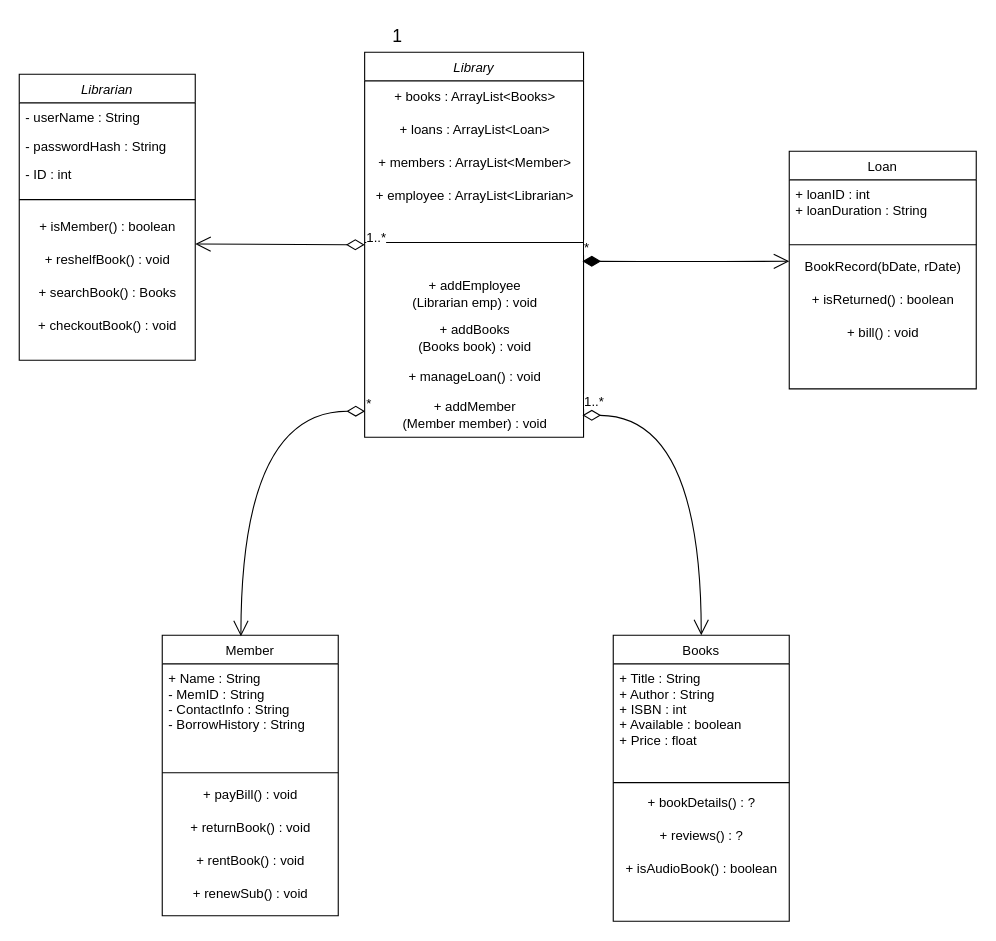
Above: Untitled Diagram.drawio in Twpendleton/ClassUMLDiagram (draw.io), before the change. Source tidied: cells renumbered, new cells numbered last; positions are measured from the earlier drawing's top-left corner, leaving out a move shared by most shapes. Both pictures are drawn from the tidied source at 110%, with x=0, y=0 at pixel (19, 19).
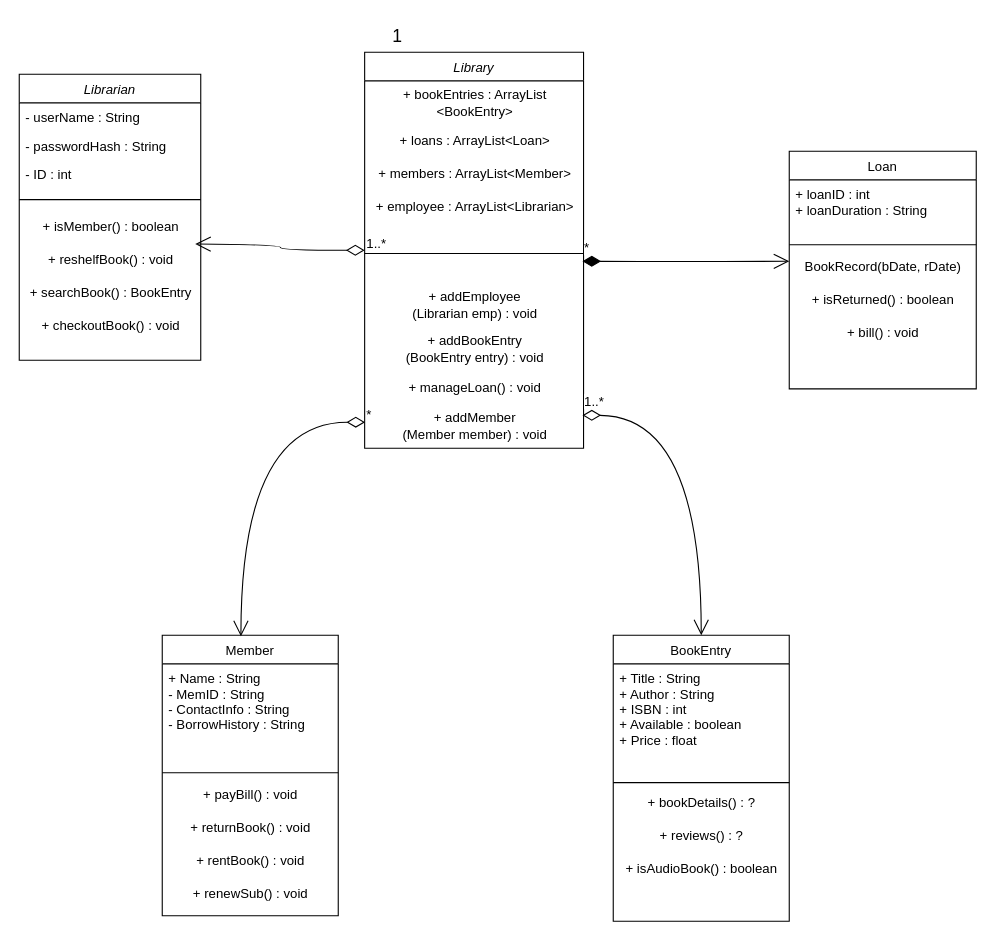
Above is the later version.

Commit message:
Rename Books class to BookEntry, along with related attributes

Change to the diagram source:
```diff
@@
     <mxCell id="2" value="Librarian" style="swimlane;fontStyle=2;align=center;verticalAlign=top;horizontal=1;startSize=26;rounded=0;shadow=0;strokeWidth=1;" parent="1" vertex="1">
-      <mxGeometry y="50" width="160" height="260" as="geometry" />
+      <mxGeometry y="50" width="165" height="260" as="geometry" />
     </mxCell>
     <mxCell id="3" value="- userName : String" style="text;align=left;verticalAlign=top;spacingLeft=4;spacingRight=4;overflow=hidden;" parent="2" vertex="1">
-      <mxGeometry y="26" width="160" height="26" as="geometry" />
+      <mxGeometry y="26" width="165" height="26" as="geometry" />
     </mxCell>
     <mxCell id="4" value="- passwordHash : String" style="text;align=left;verticalAlign=top;spacingLeft=4;spacingRight=4;overflow=hidden;rounded=0;shadow=0;html=0;" parent="2" vertex="1">
-      <mxGeometry y="52" width="160" height="26" as="geometry" />
+      <mxGeometry y="52" width="165" height="26" as="geometry" />
     </mxCell>
     <mxCell id="5" value="- ID : int" style="text;align=left;verticalAlign=top;spacingLeft=4;spacingRight=4;overflow=hidden;rounded=0;shadow=0;html=0;" parent="2" vertex="1">
-      <mxGeometry y="78" width="160" height="26" as="geometry" />
+      <mxGeometry y="78" width="165" height="26" as="geometry" />
     </mxCell>
     <mxCell id="6" style="line;html=1;strokeWidth=1;align=left;verticalAlign=middle;spacingTop=-1;spacingLeft=3;spacingRight=3;labelPosition=right;" parent="2" vertex="1">
-      <mxGeometry y="104" width="160" height="20" as="geometry" />
+      <mxGeometry y="104" width="165" height="20" as="geometry" />
     </mxCell>
     <mxCell id="7" value="+ isMember() : boolean" style="text;html=1;align=center;verticalAlign=middle;strokeColor=none;fillColor=none;" parent="2" vertex="1">
-      <mxGeometry y="124" width="160" height="30" as="geometry" />
+      <mxGeometry y="124" width="165" height="30" as="geometry" />
     </mxCell>
     <mxCell id="8" value="+ reshelfBook() : void" style="text;html=1;align=center;verticalAlign=middle;strokeColor=none;fillColor=none;" parent="2" vertex="1">
-      <mxGeometry y="154" width="160" height="30" as="geometry" />
+      <mxGeometry y="154" width="165" height="30" as="geometry" />
     </mxCell>
-    <mxCell id="9" value="+ searchBook() : Books" style="text;html=1;align=center;verticalAlign=middle;strokeColor=none;fillColor=none;" parent="2" vertex="1">
-      <mxGeometry y="184" width="160" height="30" as="geometry" />
+    <mxCell id="9" value="+ searchBook() : BookEntry" style="text;html=1;align=center;verticalAlign=middle;strokeColor=none;fillColor=none;" parent="2" vertex="1">
+      <mxGeometry y="184" width="165" height="30" as="geometry" />
     </mxCell>
     <mxCell id="10" value="+ checkoutBook() : void" style="text;html=1;align=center;verticalAlign=middle;strokeColor=none;fillColor=none;" parent="2" vertex="1">
-      <mxGeometry y="214" width="160" height="30" as="geometry" />
+      <mxGeometry y="214" width="165" height="30" as="geometry" />
     </mxCell>
@@
-    <mxCell id="18" value="Books" style="swimlane;fontStyle=0;align=center;verticalAlign=top;horizontal=1;startSize=26;rounded=0;shadow=0;strokeWidth=1;" parent="1" vertex="1">
+    <mxCell id="18" value="BookEntry" style="swimlane;fontStyle=0;align=center;verticalAlign=top;horizontal=1;startSize=26;rounded=0;shadow=0;strokeWidth=1;" parent="1" vertex="1">
       <mxGeometry x="540" y="560" width="160" height="260" as="geometry" />
     </mxCell>
@@
     <mxCell id="30" value="Library" style="swimlane;fontStyle=2;align=center;verticalAlign=top;horizontal=1;startSize=26;rounded=0;shadow=0;strokeWidth=1;" parent="1" vertex="1">
-      <mxGeometry x="314" y="30" width="199" height="350" as="geometry" />
+      <mxGeometry x="314" y="30" width="199" height="360" as="geometry" />
     </mxCell>
-    <mxCell id="31" value="+ books : ArrayList&amp;lt;Books&amp;gt;" style="text;html=1;align=center;verticalAlign=middle;strokeColor=none;fillColor=none;" parent="30" vertex="1">
-      <mxGeometry y="26" width="199" height="30" as="geometry" />
+    <mxCell id="31" value="+ bookEntries : ArrayList&lt;div&gt;&amp;lt;BookEntry&amp;gt;&lt;/div&gt;" style="text;html=1;align=center;verticalAlign=middle;strokeColor=none;fillColor=none;" parent="30" vertex="1">
+      <mxGeometry y="26" width="199" height="40" as="geometry" />
     </mxCell>
     <mxCell id="32" value="+ loans : ArrayList&amp;lt;Loan&amp;gt;" style="text;html=1;align=center;verticalAlign=middle;strokeColor=none;fillColor=none;" parent="30" vertex="1">
-      <mxGeometry y="56" width="199" height="30" as="geometry" />
+      <mxGeometry y="66" width="199" height="30" as="geometry" />
     </mxCell>
     <mxCell id="33" value="+ members : ArrayList&amp;lt;Member&amp;gt;" style="text;html=1;align=center;verticalAlign=middle;strokeColor=none;fillColor=none;" parent="30" vertex="1">
-      <mxGeometry y="86" width="199" height="30" as="geometry" />
+      <mxGeometry y="96" width="199" height="30" as="geometry" />
     </mxCell>
     <mxCell id="34" value="+ employee : ArrayList&amp;lt;Librarian&amp;gt;" style="text;html=1;align=center;verticalAlign=middle;strokeColor=none;fillColor=none;" parent="30" vertex="1">
-      <mxGeometry y="116" width="199" height="30" as="geometry" />
+      <mxGeometry y="126" width="199" height="30" as="geometry" />
     </mxCell>
     <mxCell id="35" style="line;html=1;strokeWidth=1;align=left;verticalAlign=middle;spacingTop=-1;spacingLeft=3;spacingRight=3;labelPosition=right;" parent="30" vertex="1">
-      <mxGeometry y="146" width="199" height="54" as="geometry" />
+      <mxGeometry y="156" width="199" height="54" as="geometry" />
     </mxCell>
     <mxCell id="36" value="+ addEmployee&lt;div&gt;(Librarian emp)&amp;nbsp;&lt;span style=&quot;background-color: initial;&quot;&gt;: void&lt;/span&gt;&lt;/div&gt;" style="text;html=1;align=center;verticalAlign=middle;strokeColor=none;fillColor=none;" parent="30" vertex="1">
-      <mxGeometry y="200" width="199" height="40" as="geometry" />
+      <mxGeometry y="210" width="199" height="40" as="geometry" />
     </mxCell>
-    <mxCell id="37" value="+ addBooks&lt;div&gt;(Books book) : void&lt;/div&gt;" style="text;html=1;align=center;verticalAlign=middle;strokeColor=none;fillColor=none;" parent="30" vertex="1">
-      <mxGeometry y="240" width="199" height="40" as="geometry" />
+    <mxCell id="37" value="+ addBookEntry&lt;div&gt;(BookEntry entry) : void&lt;/div&gt;" style="text;html=1;align=center;verticalAlign=middle;strokeColor=none;fillColor=none;" parent="30" vertex="1">
+      <mxGeometry y="250" width="199" height="40" as="geometry" />
     </mxCell>
     <mxCell id="38" value="+ manageLoan() : void" style="text;html=1;align=center;verticalAlign=middle;strokeColor=none;fillColor=none;" parent="30" vertex="1">
-      <mxGeometry y="280" width="199" height="30" as="geometry" />
+      <mxGeometry y="290" width="199" height="30" as="geometry" />
     </mxCell>
     <mxCell id="39" value="+ addMember&lt;div&gt;(Member member) : void&lt;/div&gt;" style="text;html=1;align=center;verticalAlign=middle;points=[];strokeColor=none;fillColor=none;" parent="30" vertex="1">
-      <mxGeometry y="310" width="199" height="40" as="geometry" />
+      <mxGeometry y="320" width="199" height="40" as="geometry" />
     </mxCell>
```
